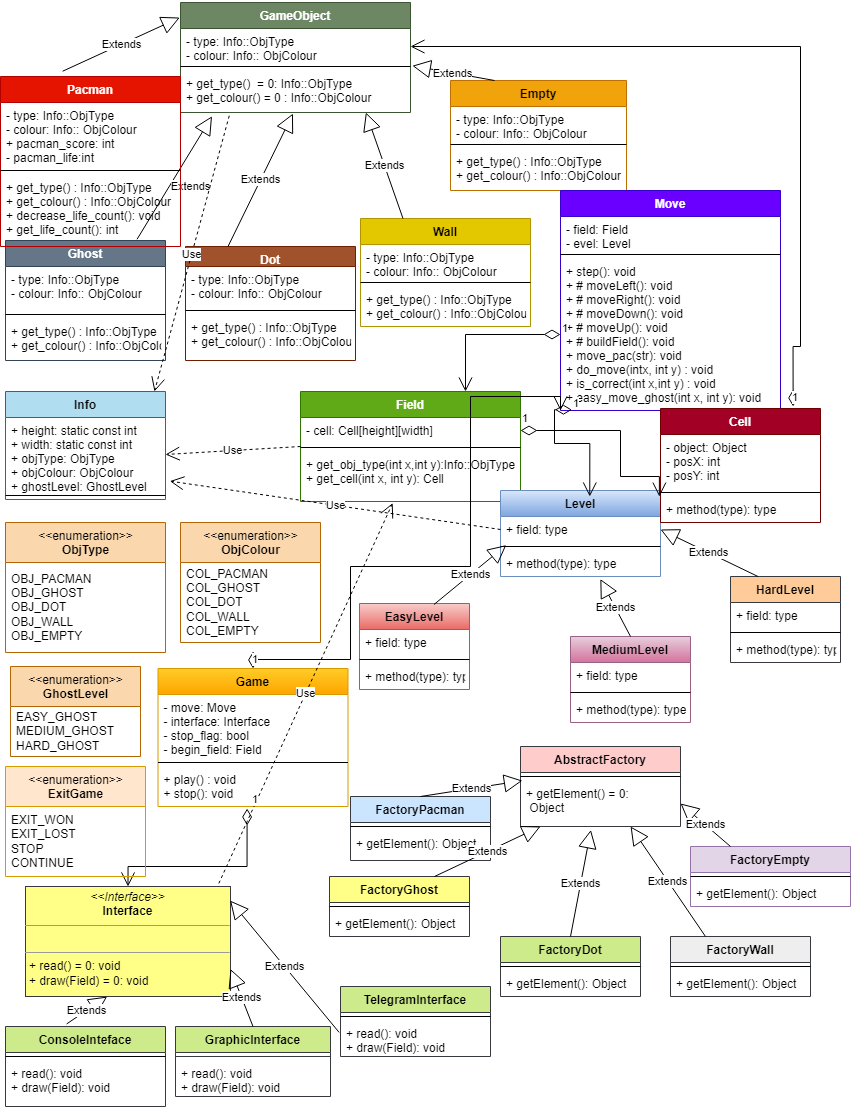
This is Pacman_uml.png from KhristoforovaDasha/TP_PROJECT, a draw.io export, as it was before one commit. Source tidied: cells renumbered, new cells last; positions are measured from the earlier drawing's top-left corner, leaving out a move shared by most shapes.
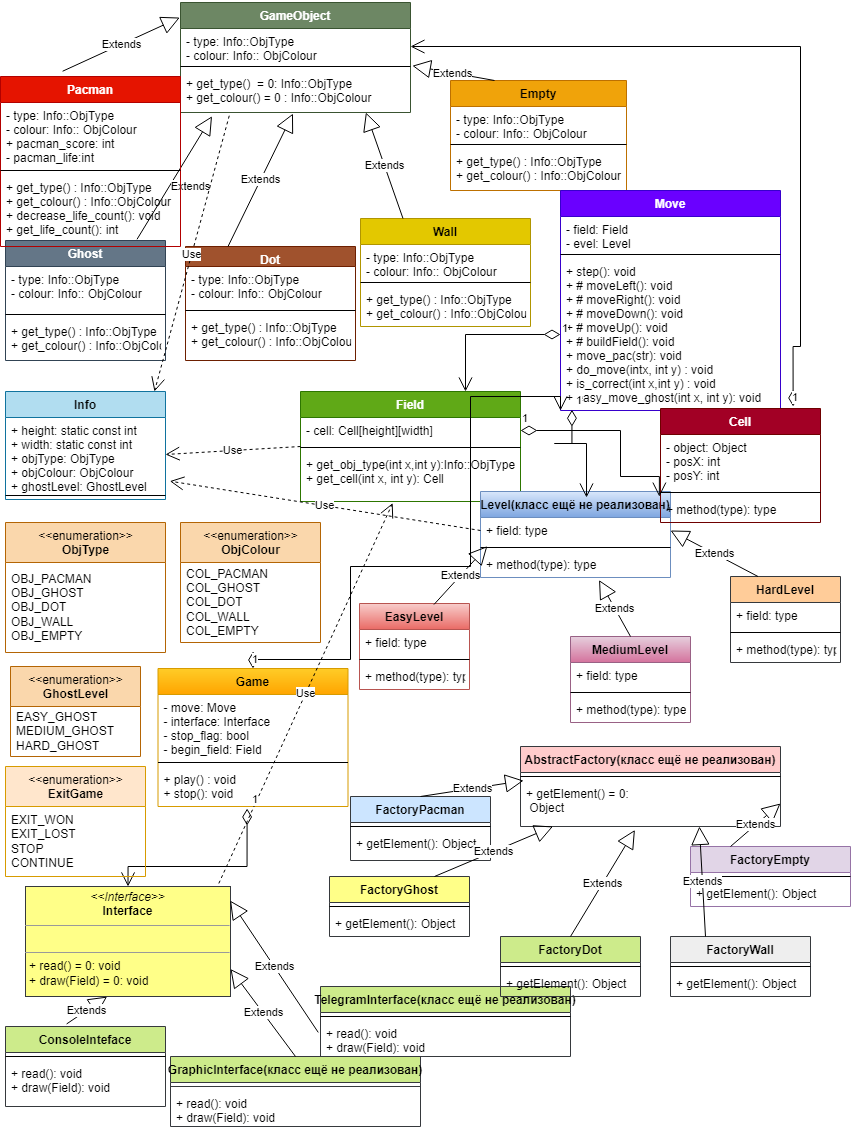
After the commit.

What changed in the source:
```diff
@@ -98,17 +98,17 @@
     <mxCell id="33" value="+ get_obj_type(int x,int y):Info::ObjType&#10;+ get_cell(int x, int y): Cell" style="text;strokeColor=none;fillColor=none;align=left;verticalAlign=top;spacingLeft=4;spacingRight=4;overflow=hidden;points=[[0,0.5],[1,0.5]];portConstraint=eastwest;" parent="30" vertex="1">
       <mxGeometry y="60" width="220" height="50" as="geometry" />
     </mxCell>
-    <mxCell id="34" value="Level" style="swimlane;fontStyle=1;align=center;verticalAlign=top;horizontal=1;startSize=26;fillColor=#dae8fc;gradientColor=#7ea6e0;strokeColor=#6c8ebf;" parent="1" vertex="1">
-      <mxGeometry x="500" y="488" width="160" height="86" as="geometry" />
+    <mxCell id="34" value="Level(класс ещё не реализован)" style="swimlane;fontStyle=1;align=center;verticalAlign=top;horizontal=1;startSize=26;fillColor=#dae8fc;gradientColor=#7ea6e0;strokeColor=#6c8ebf;" parent="1" vertex="1">
+      <mxGeometry x="480" y="489" width="190" height="86" as="geometry" />
     </mxCell>
     <mxCell id="35" value="+ field: type" style="text;strokeColor=none;fillColor=none;align=left;verticalAlign=top;spacingLeft=4;spacingRight=4;overflow=hidden;points=[[0,0.5],[1,0.5]];portConstraint=eastwest;" parent="34" vertex="1">
-      <mxGeometry y="26" width="160" height="26" as="geometry" />
+      <mxGeometry y="26" width="190" height="26" as="geometry" />
     </mxCell>
     <mxCell id="36" style="line;strokeWidth=1;fillColor=none;align=left;verticalAlign=middle;spacingTop=-1;spacingLeft=3;spacingRight=3;labelPosition=right;points=[];portConstraint=eastwest;" parent="34" vertex="1">
-      <mxGeometry y="52" width="160" height="8" as="geometry" />
+      <mxGeometry y="52" width="190" height="8" as="geometry" />
     </mxCell>
     <mxCell id="37" value="+ method(type): type" style="text;strokeColor=none;fillColor=none;align=left;verticalAlign=top;spacingLeft=4;spacingRight=4;overflow=hidden;points=[[0,0.5],[1,0.5]];portConstraint=eastwest;" parent="34" vertex="1">
-      <mxGeometry y="60" width="160" height="26" as="geometry" />
+      <mxGeometry y="60" width="190" height="26" as="geometry" />
     </mxCell>
     <mxCell id="38" value="Cell" style="swimlane;fontStyle=1;align=center;verticalAlign=top;horizontal=1;startSize=26;fillColor=#a20025;fontColor=#ffffff;strokeColor=#6F0000;" parent="1" vertex="1">
       <mxGeometry x="660" y="406" width="160" height="114" as="geometry" />
@@ -131,23 +131,23 @@
     <mxCell id="44" value="+ read(): void&#10;+ draw(Field): void" style="text;strokeColor=none;fillColor=none;align=left;verticalAlign=top;spacingLeft=4;spacingRight=4;overflow=hidden;" parent="42" vertex="1">
       <mxGeometry y="34" width="160" height="46" as="geometry" />
     </mxCell>
-    <mxCell id="45" value="GraphicInterface" style="swimlane;fontStyle=1;align=center;verticalAlign=top;horizontal=1;startSize=26;fillColor=#cdeb8b;strokeColor=#36393d;" parent="1" vertex="1">
-      <mxGeometry x="175" y="1024" width="155" height="70" as="geometry" />
+    <mxCell id="45" value="GraphicInterface(класс ещё не реализован)" style="swimlane;fontStyle=1;align=center;verticalAlign=top;horizontal=1;startSize=26;fillColor=#cdeb8b;strokeColor=#36393d;" parent="1" vertex="1">
+      <mxGeometry x="170" y="1054" width="250" height="70" as="geometry" />
     </mxCell>
     <mxCell id="46" style="line;strokeWidth=1;fillColor=#cdeb8b;align=left;verticalAlign=middle;spacingTop=-1;spacingLeft=3;spacingRight=3;labelPosition=right;strokeColor=#36393d;" parent="45" vertex="1">
-      <mxGeometry y="26" width="155" height="8" as="geometry" />
+      <mxGeometry y="26" width="250" height="8" as="geometry" />
     </mxCell>
     <mxCell id="47" value="+ read(): void&#10;+ draw(Field): void" style="text;strokeColor=none;fillColor=none;align=left;verticalAlign=top;spacingLeft=4;spacingRight=4;overflow=hidden;" parent="45" vertex="1">
-      <mxGeometry y="34" width="155" height="36" as="geometry" />
+      <mxGeometry y="34" width="250" height="36" as="geometry" />
     </mxCell>
-    <mxCell id="48" value="TelegramInterface&#10;" style="swimlane;fontStyle=1;align=center;verticalAlign=top;horizontal=1;startSize=26;fillColor=#cdeb8b;strokeColor=#36393d;" parent="1" vertex="1">
-      <mxGeometry x="340" y="984" width="150" height="70" as="geometry" />
+    <mxCell id="48" value="TelegramInterface(класс ещё не реализован)&#10;&#10;" style="swimlane;fontStyle=1;align=center;verticalAlign=top;horizontal=1;startSize=26;fillColor=#cdeb8b;strokeColor=#36393d;" parent="1" vertex="1">
+      <mxGeometry x="320" y="984" width="250" height="70" as="geometry" />
     </mxCell>
     <mxCell id="49" style="line;strokeWidth=1;fillColor=none;align=left;verticalAlign=middle;spacingTop=-1;spacingLeft=3;spacingRight=3;labelPosition=right;" parent="48" vertex="1">
-      <mxGeometry y="26" width="150" height="8" as="geometry" />
+      <mxGeometry y="26" width="250" height="8" as="geometry" />
     </mxCell>
     <mxCell id="50" value="+ read(): void&#10;+ draw(Field): void" style="text;strokeColor=none;fillColor=none;align=left;verticalAlign=top;spacingLeft=4;spacingRight=4;overflow=hidden;points=[[0,0.5],[1,0.5]];portConstraint=eastwest;" parent="48" vertex="1">
-      <mxGeometry y="34" width="150" height="36" as="geometry" />
+      <mxGeometry y="34" width="250" height="36" as="geometry" />
     </mxCell>
     <mxCell id="51" value="Info&#10;" style="swimlane;fontStyle=1;align=center;verticalAlign=top;horizontal=1;startSize=26;fillColor=#b1ddf0;strokeColor=#10739e;" parent="1" vertex="1">
       <mxGeometry x="5" y="389" width="160" height="108" as="geometry" />
@@ -158,14 +158,14 @@
     <mxCell id="53" style="line;strokeWidth=1;fillColor=none;align=left;verticalAlign=middle;spacingTop=-1;spacingLeft=3;spacingRight=3;labelPosition=right;" parent="51" vertex="1">
       <mxGeometry y="100" width="160" height="8" as="geometry" />
     </mxCell>
-    <mxCell id="54" value="AbstractFactory" style="swimlane;fontStyle=1;align=center;verticalAlign=top;horizontal=1;startSize=26;fillColor=#ffcccc;strokeColor=#36393d;" parent="1" vertex="1">
-      <mxGeometry x="520" y="744" width="160" height="80" as="geometry" />
+    <mxCell id="54" value="AbstractFactory(класс ещё не реализован)&#10;" style="swimlane;fontStyle=1;align=center;verticalAlign=top;horizontal=1;startSize=26;fillColor=#ffcccc;strokeColor=#36393d;" parent="1" vertex="1">
+      <mxGeometry x="520" y="744" width="260" height="80" as="geometry" />
     </mxCell>
     <mxCell id="55" style="line;strokeWidth=1;fillColor=none;align=left;verticalAlign=middle;spacingTop=-1;spacingLeft=3;spacingRight=3;labelPosition=right;" parent="54" vertex="1">
-      <mxGeometry y="26" width="160" height="8" as="geometry" />
+      <mxGeometry y="26" width="260" height="8" as="geometry" />
     </mxCell>
     <mxCell id="56" value="+ getElement() = 0:&#10; Object" style="text;strokeColor=none;fillColor=none;align=left;verticalAlign=top;spacingLeft=4;spacingRight=4;overflow=hidden;points=[[0,0.5],[1,0.5]];portConstraint=eastwest;" parent="54" vertex="1">
-      <mxGeometry y="34" width="160" height="46" as="geometry" />
+      <mxGeometry y="34" width="260" height="46" as="geometry" />
     </mxCell>
     <mxCell id="57" value="FactoryPacman" style="swimlane;fontStyle=1;align=center;verticalAlign=top;horizontal=1;startSize=26;fillColor=#cce5ff;strokeColor=#36393d;" parent="1" vertex="1">
       <mxGeometry x="350" y="794" width="140" height="64" as="geometry" />
```
